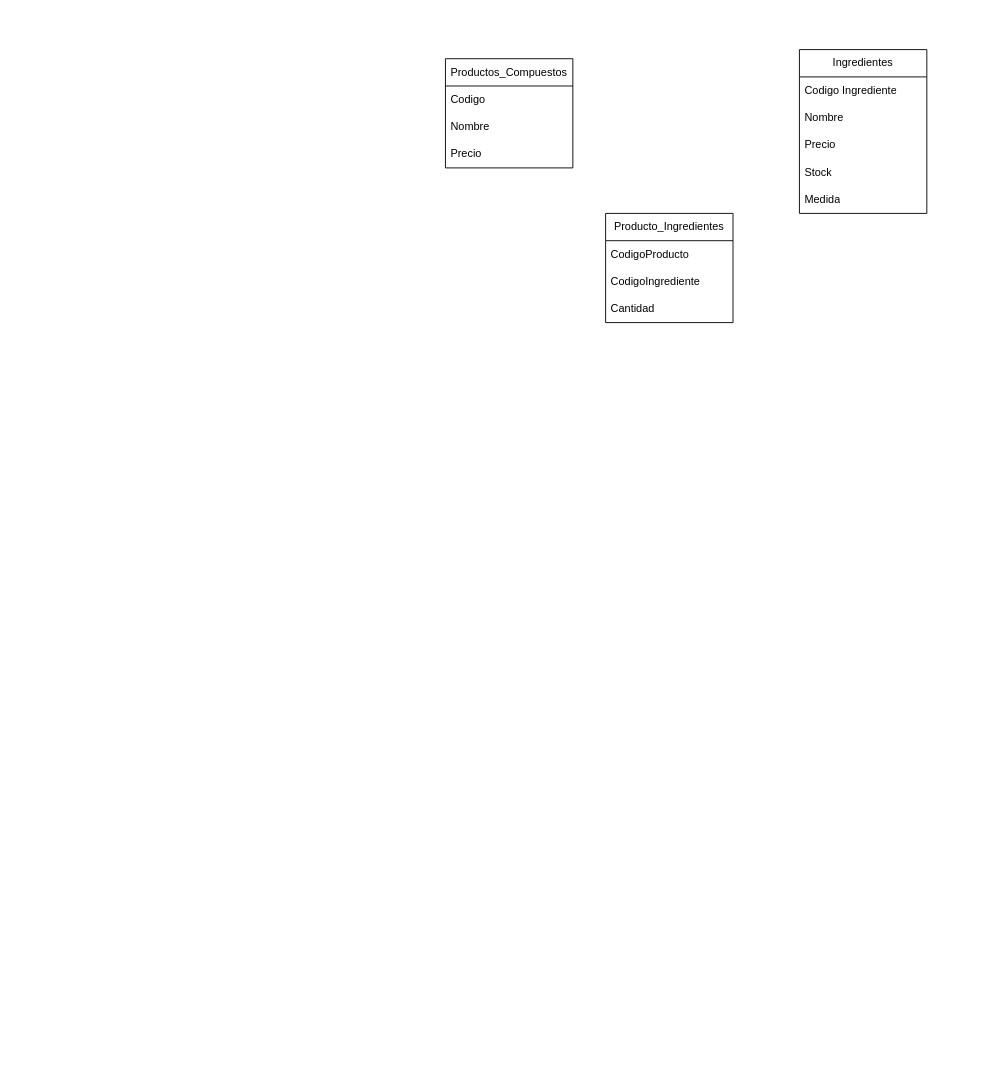
This is mcdonals.drawio from luigy23/Diagramas-drawio, a draw.io file, before an edit. Source tidied: cells renumbered, new cells numbered last; positions are measured from the earlier drawing's top-left corner, leaving out a move shared by most shapes. Both pictures are drawn from the tidied source at 91%, with x=0, y=0 at pixel (445, 49).
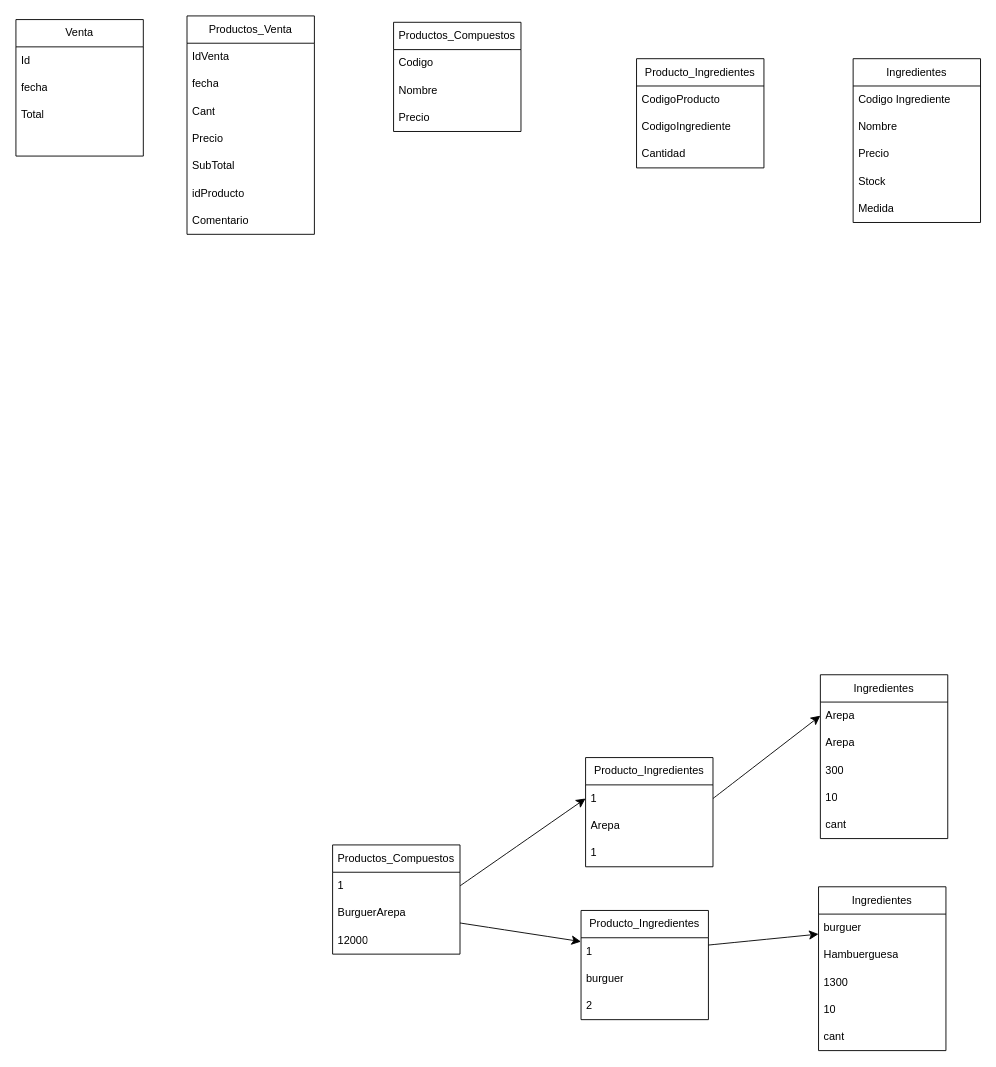
The same page after the edit.

Change to the diagram source:
```diff
@@
     <mxCell id="2" value="Productos_Compuestos" style="swimlane;fontStyle=0;horizontal=1;startSize=30;whiteSpace=wrap;html=1;" parent="1" vertex="1">
-      <mxGeometry y="10" width="140" height="120" as="geometry" />
+      <mxGeometry x="-57" y="-30" width="140" height="120" as="geometry" />
     </mxCell>
@@
     <mxCell id="6" value="Ingredientes" style="swimlane;fontStyle=0;horizontal=1;startSize=30;whiteSpace=wrap;html=1;" parent="1" vertex="1">
-      <mxGeometry x="389" width="140" height="180" as="geometry" />
+      <mxGeometry x="448" y="10" width="140" height="180" as="geometry" />
     </mxCell>
@@
     <mxCell id="12" value="Producto_Ingredientes" style="swimlane;fontStyle=0;horizontal=1;startSize=30;whiteSpace=wrap;html=1;" parent="1" vertex="1">
-      <mxGeometry x="176" y="180" width="140" height="120" as="geometry" />
+      <mxGeometry x="210" y="10" width="140" height="120" as="geometry" />
     </mxCell>
@@
+    <mxCell id="16" value="Productos_Compuestos" style="swimlane;fontStyle=0;horizontal=1;startSize=30;whiteSpace=wrap;html=1;" parent="1" vertex="1">
+      <mxGeometry x="-124" y="874" width="140" height="120" as="geometry" />
+    </mxCell>
+    <mxCell id="17" value="1" style="text;strokeColor=none;fillColor=none;align=left;verticalAlign=middle;spacingLeft=4;spacingRight=4;overflow=hidden;points=[[0,0.5],[1,0.5]];portConstraint=eastwest;whiteSpace=wrap;html=1;" parent="16" vertex="1">
+      <mxGeometry y="30" width="140" height="30" as="geometry" />
+    </mxCell>
+    <mxCell id="18" value="BurguerArepa" style="text;strokeColor=none;fillColor=none;align=left;verticalAlign=middle;spacingLeft=4;spacingRight=4;overflow=hidden;points=[[0,0.5],[1,0.5]];portConstraint=eastwest;whiteSpace=wrap;html=1;" parent="16" vertex="1">
+      <mxGeometry y="60" width="140" height="30" as="geometry" />
+    </mxCell>
+    <mxCell id="19" value="12000" style="text;strokeColor=none;fillColor=none;align=left;verticalAlign=middle;spacingLeft=4;spacingRight=4;overflow=hidden;whiteSpace=wrap;html=1;" parent="16" vertex="1">
+      <mxGeometry y="90" width="140" height="30" as="geometry" />
+    </mxCell>
+    <mxCell id="20" value="Producto_Ingredientes" style="swimlane;fontStyle=0;horizontal=1;startSize=30;whiteSpace=wrap;html=1;" parent="1" vertex="1">
+      <mxGeometry x="154" y="778" width="140" height="120" as="geometry" />
+    </mxCell>
+    <mxCell id="21" value="1" style="text;strokeColor=none;fillColor=none;align=left;verticalAlign=middle;spacingLeft=4;spacingRight=4;overflow=hidden;points=[[0,0.5],[1,0.5]];portConstraint=eastwest;whiteSpace=wrap;html=1;" parent="20" vertex="1">
+      <mxGeometry y="30" width="140" height="30" as="geometry" />
+    </mxCell>
+    <mxCell id="22" value="Arepa" style="text;strokeColor=none;fillColor=none;align=left;verticalAlign=middle;spacingLeft=4;spacingRight=4;overflow=hidden;whiteSpace=wrap;html=1;" parent="20" vertex="1">
+      <mxGeometry y="60" width="140" height="30" as="geometry" />
+    </mxCell>
+    <mxCell id="23" value="1" style="text;strokeColor=none;fillColor=none;align=left;verticalAlign=middle;spacingLeft=4;spacingRight=4;overflow=hidden;whiteSpace=wrap;html=1;" parent="20" vertex="1">
+      <mxGeometry y="90" width="140" height="30" as="geometry" />
+    </mxCell>
+    <mxCell id="24" value="Ingredientes" style="swimlane;fontStyle=0;horizontal=1;startSize=30;whiteSpace=wrap;html=1;" parent="1" vertex="1">
+      <mxGeometry x="412" y="687" width="140" height="180" as="geometry" />
+    </mxCell>
+    <mxCell id="25" value="Arepa" style="text;strokeColor=none;fillColor=none;align=left;verticalAlign=middle;spacingLeft=4;spacingRight=4;overflow=hidden;points=[[0,0.5],[1,0.5]];portConstraint=eastwest;whiteSpace=wrap;html=1;" parent="24" vertex="1">
+      <mxGeometry y="30" width="140" height="30" as="geometry" />
+    </mxCell>
+    <mxCell id="26" value="Arepa" style="text;strokeColor=none;fillColor=none;align=left;verticalAlign=middle;spacingLeft=4;spacingRight=4;overflow=hidden;whiteSpace=wrap;html=1;" parent="24" vertex="1">
+      <mxGeometry y="60" width="140" height="30" as="geometry" />
+    </mxCell>
+    <mxCell id="27" value="300" style="text;strokeColor=none;fillColor=none;align=left;verticalAlign=middle;spacingLeft=4;spacingRight=4;overflow=hidden;whiteSpace=wrap;html=1;" parent="24" vertex="1">
+      <mxGeometry y="90" width="140" height="30" as="geometry" />
+    </mxCell>
+    <mxCell id="28" value="10" style="text;strokeColor=none;fillColor=none;align=left;verticalAlign=middle;spacingLeft=4;spacingRight=4;overflow=hidden;whiteSpace=wrap;html=1;" parent="24" vertex="1">
+      <mxGeometry y="120" width="140" height="30" as="geometry" />
+    </mxCell>
+    <mxCell id="29" value="cant" style="text;strokeColor=none;fillColor=none;align=left;verticalAlign=middle;spacingLeft=4;spacingRight=4;overflow=hidden;whiteSpace=wrap;html=1;" parent="24" vertex="1">
+      <mxGeometry y="150" width="140" height="30" as="geometry" />
+    </mxCell>
+    <mxCell id="30" value="Ingredientes" style="swimlane;fontStyle=0;horizontal=1;startSize=30;whiteSpace=wrap;html=1;" parent="1" vertex="1">
+      <mxGeometry x="410" y="920" width="140" height="180" as="geometry" />
+    </mxCell>
+    <mxCell id="31" value="burguer" style="text;strokeColor=none;fillColor=none;align=left;verticalAlign=middle;spacingLeft=4;spacingRight=4;overflow=hidden;points=[[0,0.5],[1,0.5]];portConstraint=eastwest;whiteSpace=wrap;html=1;" parent="30" vertex="1">
+      <mxGeometry y="30" width="140" height="30" as="geometry" />
+    </mxCell>
+    <mxCell id="32" value="Hambuerguesa" style="text;strokeColor=none;fillColor=none;align=left;verticalAlign=middle;spacingLeft=4;spacingRight=4;overflow=hidden;whiteSpace=wrap;html=1;" parent="30" vertex="1">
+      <mxGeometry y="60" width="140" height="30" as="geometry" />
+    </mxCell>
+    <mxCell id="33" value="1300" style="text;strokeColor=none;fillColor=none;align=left;verticalAlign=middle;spacingLeft=4;spacingRight=4;overflow=hidden;whiteSpace=wrap;html=1;" parent="30" vertex="1">
+      <mxGeometry y="90" width="140" height="30" as="geometry" />
+    </mxCell>
+    <mxCell id="34" value="10" style="text;strokeColor=none;fillColor=none;align=left;verticalAlign=middle;spacingLeft=4;spacingRight=4;overflow=hidden;whiteSpace=wrap;html=1;" parent="30" vertex="1">
+      <mxGeometry y="120" width="140" height="30" as="geometry" />
+    </mxCell>
+    <mxCell id="35" value="cant" style="text;strokeColor=none;fillColor=none;align=left;verticalAlign=middle;spacingLeft=4;spacingRight=4;overflow=hidden;whiteSpace=wrap;html=1;" parent="30" vertex="1">
+      <mxGeometry y="150" width="140" height="30" as="geometry" />
+    </mxCell>
+    <mxCell id="36" value="Producto_Ingredientes" style="swimlane;fontStyle=0;horizontal=1;startSize=30;whiteSpace=wrap;html=1;" parent="1" vertex="1">
+      <mxGeometry x="149" y="946" width="140" height="120" as="geometry" />
+    </mxCell>
+    <mxCell id="37" value="1" style="text;strokeColor=none;fillColor=none;align=left;verticalAlign=middle;spacingLeft=4;spacingRight=4;overflow=hidden;points=[[0,0.5],[1,0.5]];portConstraint=eastwest;whiteSpace=wrap;html=1;" parent="36" vertex="1">
+      <mxGeometry y="30" width="140" height="30" as="geometry" />
+    </mxCell>
+    <mxCell id="38" value="burguer" style="text;strokeColor=none;fillColor=none;align=left;verticalAlign=middle;spacingLeft=4;spacingRight=4;overflow=hidden;whiteSpace=wrap;html=1;" parent="36" vertex="1">
+      <mxGeometry y="60" width="140" height="30" as="geometry" />
+    </mxCell>
+    <mxCell id="39" value="2" style="text;strokeColor=none;fillColor=none;align=left;verticalAlign=middle;spacingLeft=4;spacingRight=4;overflow=hidden;whiteSpace=wrap;html=1;" parent="36" vertex="1">
+      <mxGeometry y="90" width="140" height="30" as="geometry" />
+    </mxCell>
+    <mxCell id="40" style="edgeStyle=none;curved=1;rounded=0;jettySize=auto;html=1;fontSize=12;startSize=8;endSize=8;exitX=1;exitY=0.5;exitDx=0;exitDy=0;entryX=0;entryY=0.5;entryDx=0;entryDy=0;" parent="1" edge="1" source="17" target="21">
+      <mxGeometry relative="1" as="geometry" />
+    </mxCell>
+    <mxCell id="41" style="edgeStyle=none;curved=1;rounded=0;jettySize=auto;html=1;fontSize=12;startSize=8;endSize=8;" parent="1" edge="1" source="18" target="37">
+      <mxGeometry relative="1" as="geometry" />
+    </mxCell>
+    <mxCell id="42" style="edgeStyle=none;curved=1;rounded=0;jettySize=auto;html=1;entryX=0;entryY=0.5;entryDx=0;entryDy=0;fontSize=12;startSize=8;endSize=8;exitX=1;exitY=0.5;exitDx=0;exitDy=0;" parent="1" edge="1" source="21" target="25">
+      <mxGeometry relative="1" as="geometry" />
+    </mxCell>
+    <mxCell id="43" style="edgeStyle=none;curved=1;rounded=0;jettySize=auto;html=1;fontSize=12;startSize=8;endSize=8;" parent="1" edge="1" source="37" target="31">
+      <mxGeometry relative="1" as="geometry" />
+    </mxCell>
+    <mxCell id="44" value="Venta" style="swimlane;fontStyle=0;horizontal=1;startSize=30;whiteSpace=wrap;html=1;" parent="1" vertex="1">
+      <mxGeometry x="-472" y="-33" width="140" height="150" as="geometry" />
+    </mxCell>
+    <mxCell id="45" value="Id" style="text;strokeColor=none;fillColor=none;align=left;verticalAlign=middle;spacingLeft=4;spacingRight=4;overflow=hidden;whiteSpace=wrap;html=1;" parent="44" vertex="1">
+      <mxGeometry y="30" width="140" height="30" as="geometry" />
+    </mxCell>
+    <mxCell id="46" value="fecha" style="text;strokeColor=none;fillColor=none;align=left;verticalAlign=middle;spacingLeft=4;spacingRight=4;overflow=hidden;whiteSpace=wrap;html=1;" parent="44" vertex="1">
+      <mxGeometry y="60" width="140" height="30" as="geometry" />
+    </mxCell>
+    <mxCell id="47" value="Total" style="text;strokeColor=none;fillColor=none;align=left;verticalAlign=middle;spacingLeft=4;spacingRight=4;overflow=hidden;whiteSpace=wrap;html=1;" parent="44" vertex="1">
+      <mxGeometry y="90" width="140" height="30" as="geometry" />
+    </mxCell>
+    <mxCell id="48" value="&lt;div&gt;&lt;br&gt;&lt;/div&gt;" style="text;strokeColor=none;fillColor=none;align=left;verticalAlign=middle;spacingLeft=4;spacingRight=4;overflow=hidden;whiteSpace=wrap;html=1;" parent="44" vertex="1">
+      <mxGeometry y="120" width="140" height="30" as="geometry" />
+    </mxCell>
+    <mxCell id="49" value="Productos_Venta" style="swimlane;fontStyle=0;horizontal=1;startSize=30;whiteSpace=wrap;html=1;" parent="1" vertex="1">
+      <mxGeometry x="-284" y="-37" width="140" height="240" as="geometry" />
+    </mxCell>
+    <mxCell id="50" value="IdVenta" style="text;strokeColor=none;fillColor=none;align=left;verticalAlign=middle;spacingLeft=4;spacingRight=4;overflow=hidden;whiteSpace=wrap;html=1;" parent="49" vertex="1">
+      <mxGeometry y="30" width="140" height="30" as="geometry" />
+    </mxCell>
+    <mxCell id="51" value="fecha" style="text;strokeColor=none;fillColor=none;align=left;verticalAlign=middle;spacingLeft=4;spacingRight=4;overflow=hidden;whiteSpace=wrap;html=1;" parent="49" vertex="1">
+      <mxGeometry y="60" width="140" height="30" as="geometry" />
+    </mxCell>
+    <mxCell id="52" value="Cant" style="text;strokeColor=none;fillColor=none;align=left;verticalAlign=middle;spacingLeft=4;spacingRight=4;overflow=hidden;whiteSpace=wrap;html=1;" parent="49" vertex="1">
+      <mxGeometry y="90" width="140" height="30" as="geometry" />
+    </mxCell>
+    <mxCell id="53" value="Precio" style="text;strokeColor=none;fillColor=none;align=left;verticalAlign=middle;spacingLeft=4;spacingRight=4;overflow=hidden;whiteSpace=wrap;html=1;" parent="49" vertex="1">
+      <mxGeometry y="120" width="140" height="30" as="geometry" />
+    </mxCell>
+    <mxCell id="54" value="SubTotal" style="text;strokeColor=none;fillColor=none;align=left;verticalAlign=middle;spacingLeft=4;spacingRight=4;overflow=hidden;whiteSpace=wrap;html=1;" parent="49" vertex="1">
+      <mxGeometry y="150" width="140" height="30" as="geometry" />
+    </mxCell>
+    <mxCell id="55" value="&lt;div&gt;idProducto&lt;/div&gt;" style="text;strokeColor=none;fillColor=none;align=left;verticalAlign=middle;spacingLeft=4;spacingRight=4;overflow=hidden;whiteSpace=wrap;html=1;" parent="49" vertex="1">
+      <mxGeometry y="180" width="140" height="30" as="geometry" />
+    </mxCell>
+    <mxCell id="56" value="&lt;div&gt;Comentario&lt;/div&gt;" style="text;strokeColor=none;fillColor=none;align=left;verticalAlign=middle;spacingLeft=4;spacingRight=4;overflow=hidden;whiteSpace=wrap;html=1;" parent="49" vertex="1">
+      <mxGeometry y="210" width="140" height="30" as="geometry" />
+    </mxCell>
```
